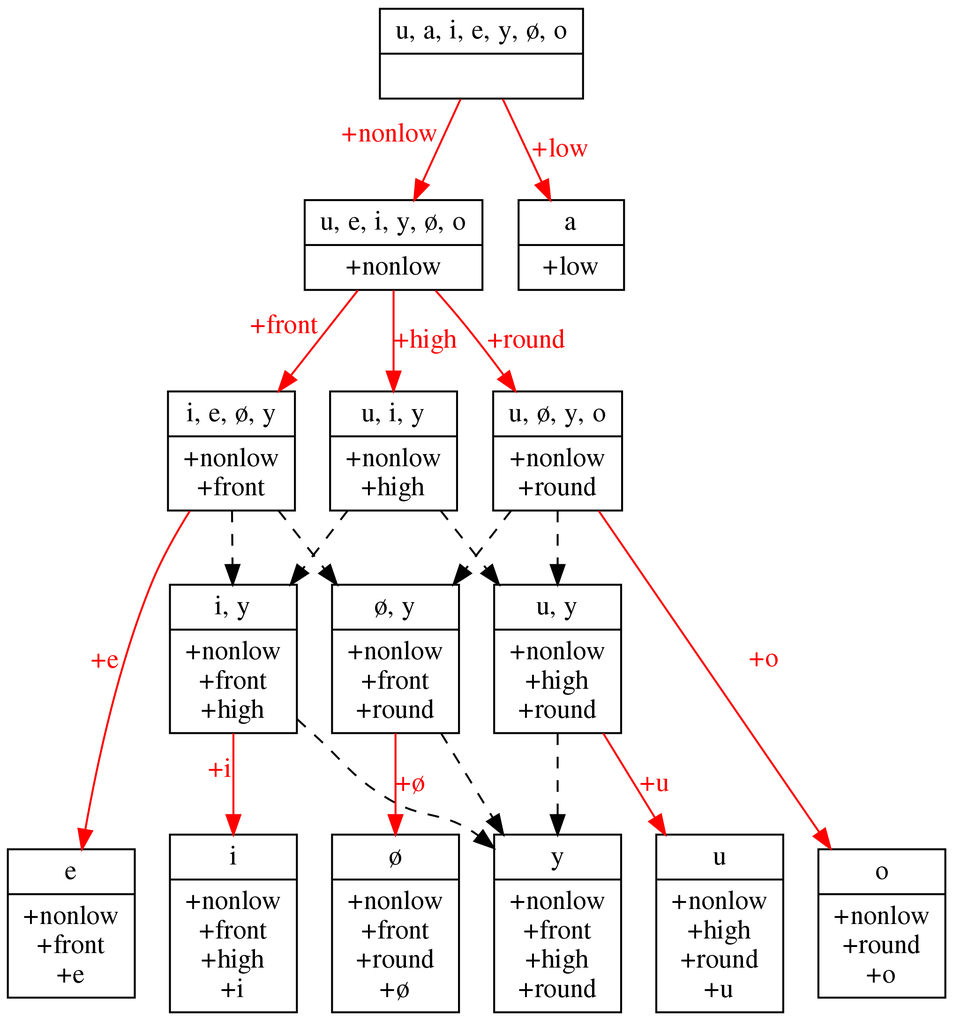
This is squib/diagrams/vowel_inventory_privative.png from rdaland/Pheatures, a Graphviz export, as it was before one commit. Its source is kept beside it as squib/diagrams/vowel_inventory_privative.gv.
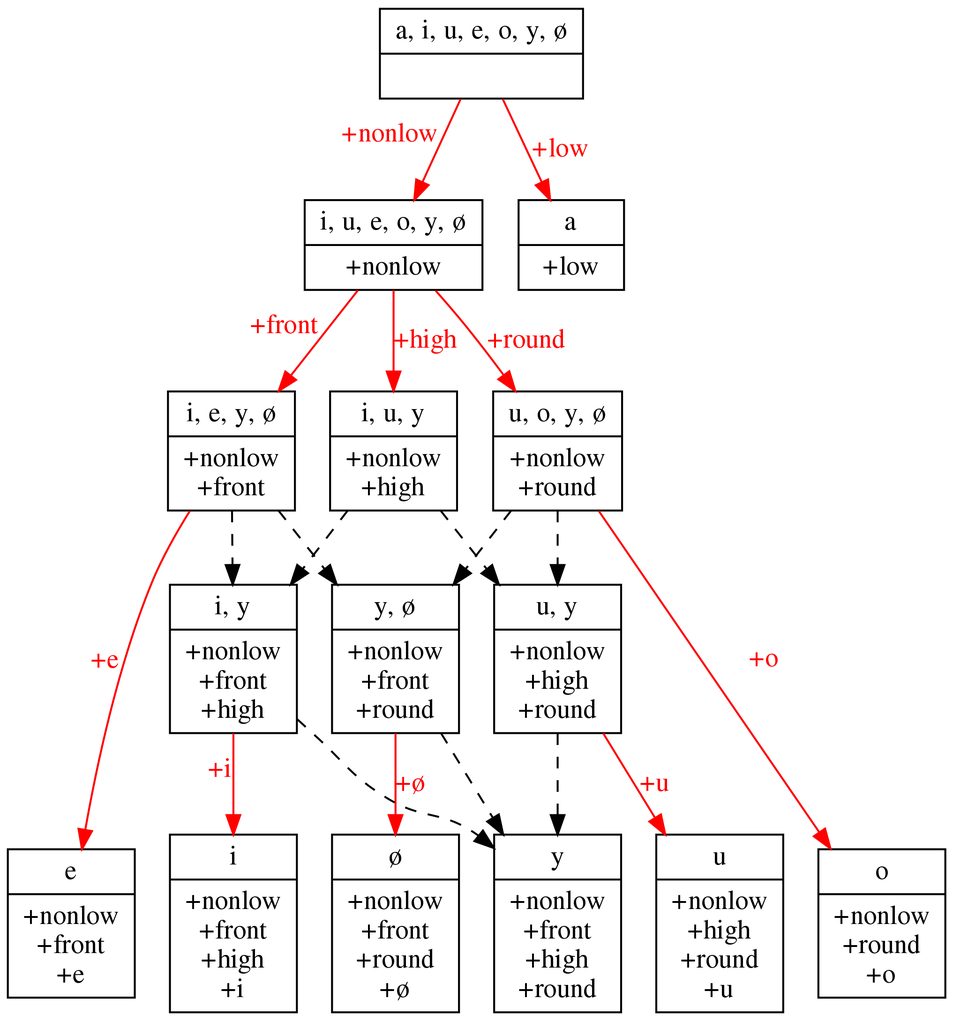
The same file after the commit.

Diff of the diagram source:
```diff
@@ -1,10 +1,10 @@
 digraph {
 	graph [ dpi = 300 ];
-	0 [label="{<segs> u, a, i, e, y, ø, o |<feats>  }",shape=record]
-	1 [label="{<segs> u, e, i, y, ø, o |<feats> +nonlow }",shape=record]
-	2 [label="{<segs> i, e, ø, y |<feats> +nonlow\n+front }",shape=record]
-	3 [label="{<segs> u, ø, y, o |<feats> +nonlow\n+round }",shape=record]
-	4 [label="{<segs> u, i, y |<feats> +nonlow\n+high }",shape=record]
+	0 [label="{<segs> a, i, u, e, o, y, ø |<feats>  }",shape=record]
+	1 [label="{<segs> i, u, e, o, y, ø |<feats> +nonlow }",shape=record]
+	2 [label="{<segs> i, e, y, ø |<feats> +nonlow\n+front }",shape=record]
+	3 [label="{<segs> u, o, y, ø |<feats> +nonlow\n+round }",shape=record]
+	4 [label="{<segs> i, u, y |<feats> +nonlow\n+high }",shape=record]
 	5 [label="{<segs> i |<feats> +nonlow\n+front\n+high\n+i }",shape=record]
 	6 [label="{<segs> y |<feats> +nonlow\n+front\n+high\n+round }",shape=record]
 	7 [label="{<segs> u |<feats> +nonlow\n+high\n+round\n+u }",shape=record]
@@ -12,7 +12,7 @@
 	9 [label="{<segs> ø |<feats> +nonlow\n+front\n+round\n+ø }",shape=record]
 	10 [label="{<segs> o |<feats> +nonlow\n+round\n+o }",shape=record]
 	11 [label="{<segs> a |<feats> +low }",shape=record]
-	12 [label="{<segs> ø, y |<feats> +nonlow\n+front\n+round }",shape=record]
+	12 [label="{<segs> y, ø |<feats> +nonlow\n+front\n+round }",shape=record]
 	13 [label="{<segs> i, y |<feats> +nonlow\n+front\n+high }",shape=record]
 	14 [label="{<segs> u, y |<feats> +nonlow\n+high\n+round }",shape=record]
 
```
